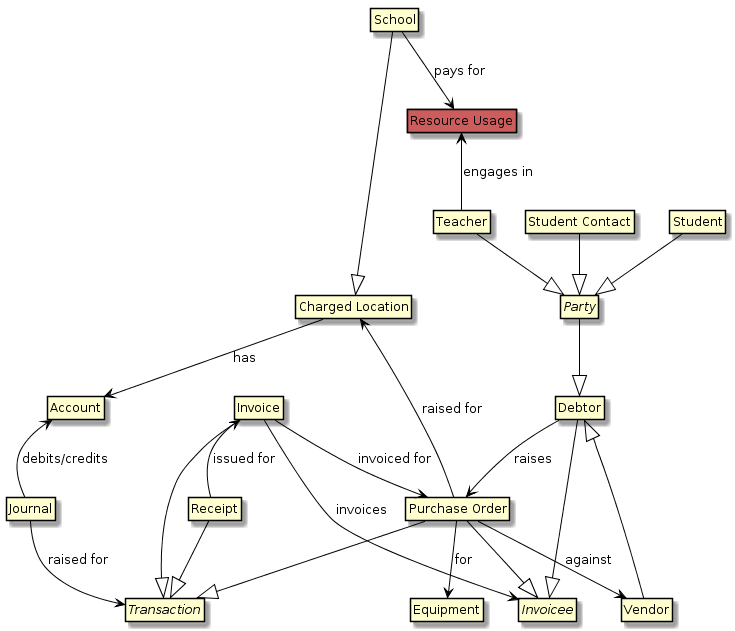
Earlier version of the PlantUML export 99_Resources/images/Conceptual_finance_resources.png (nsip/specgen_input_au).
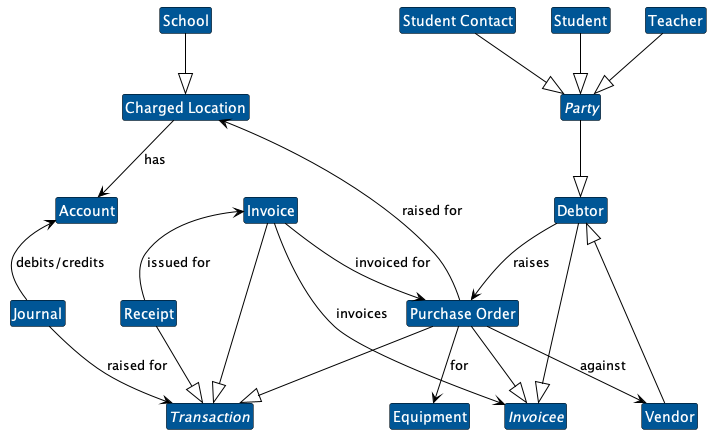
Above is the later version.

Diff of the diagram source:
```diff
@@ -5,8 +5,9 @@
 ArrowColor Black
 BorderColor Black
 }
+skinparam ClassBackgroundColor #005696
+skinparam ClassFontColor automatic
 
-class "Resource Usage" #IndianRed
 abstract class Party
 abstract class Invoicee
 abstract class Transaction
@@ -25,11 +26,9 @@
 Invoice --|> Transaction
 Receipt --|> Transaction
 
-"Resource Usage" <-- Teacher  : engages in
 Debtor --> "Purchase Order" : raises
 "Purchase Order" --> Vendor : against
 "Purchase Order" --> Equipment : for
-School --> "Resource Usage" : pays for
 "Charged Location" <-- "Purchase Order" : raised for
 Invoice --> "Purchase Order" : invoiced for
 Invoice --> Invoicee : invoices
```
